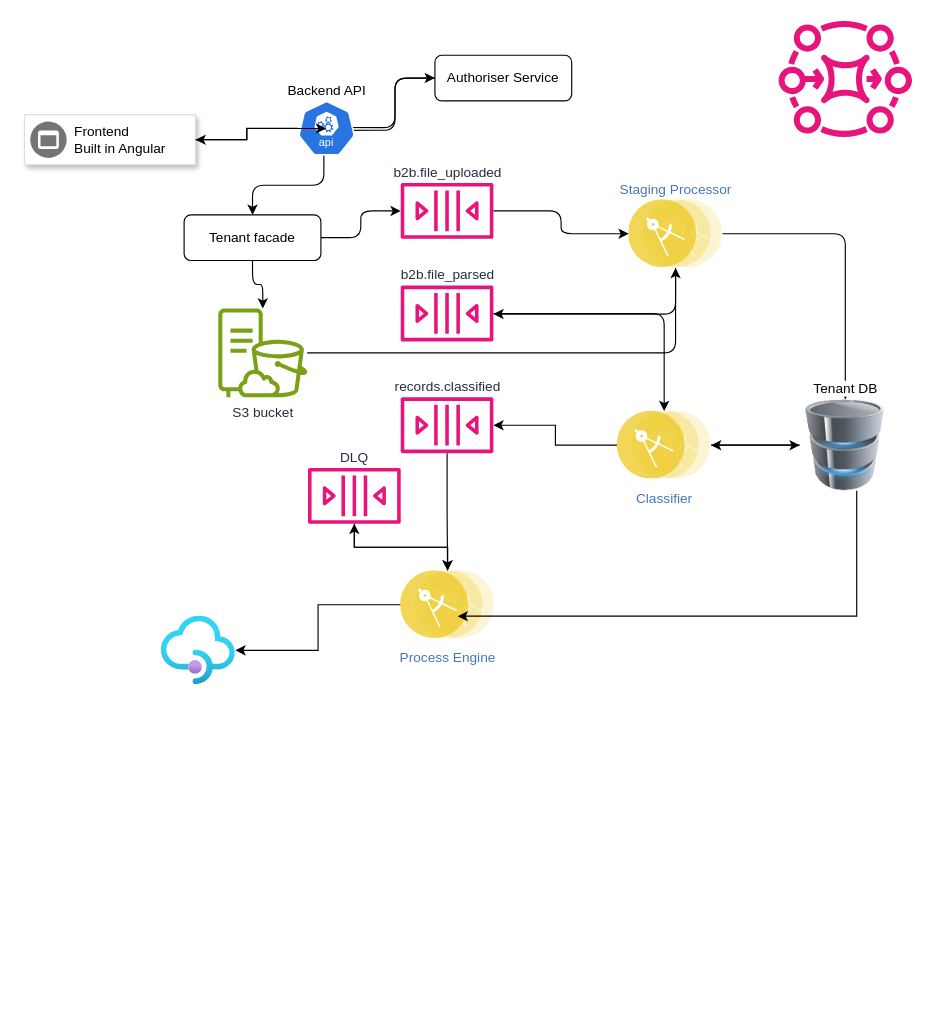
Before: new.instant.retail.drawio in mugabira/Sovtech-Frontend, a draw.io diagram. Source tidied: cells renumbered, new cells numbered last; positions are measured from the earlier drawing's top-left corner, leaving out a move shared by most shapes. Both pictures are drawn from the tidied source at 114%, with x=0, y=0 at pixel (24, 18).
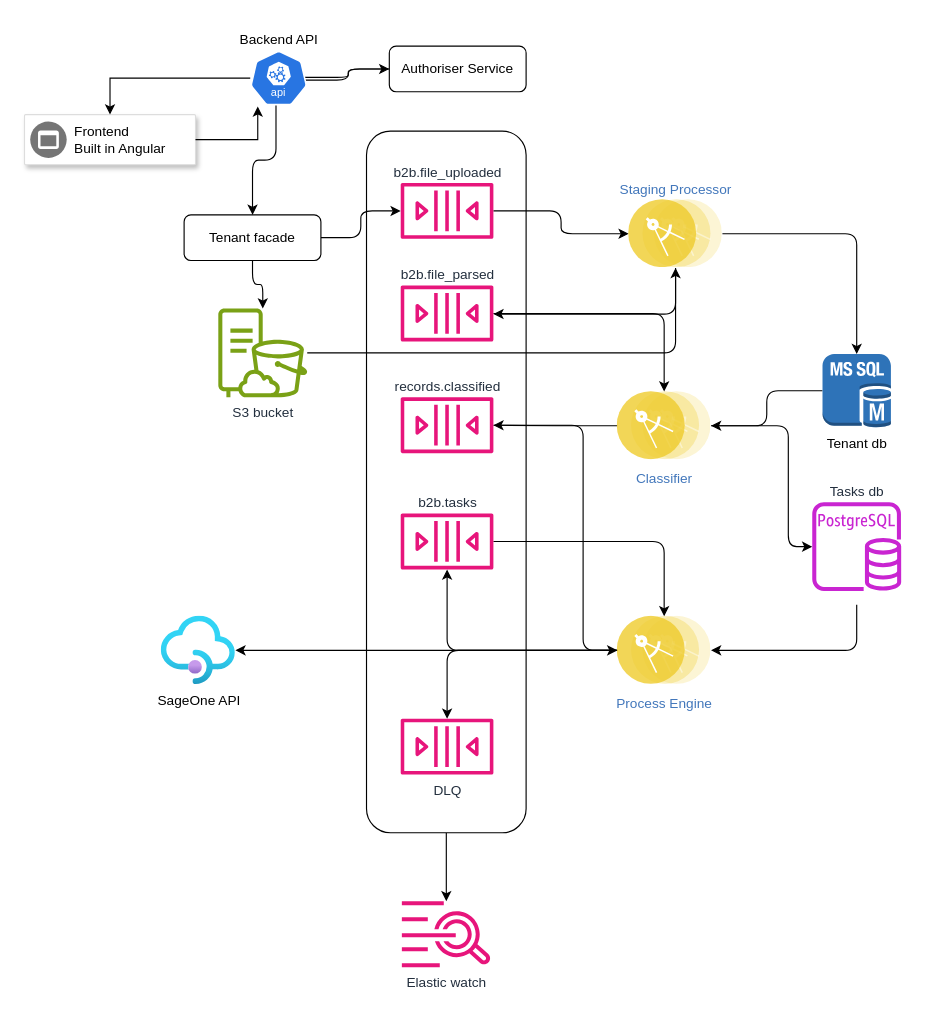
Above is the later version.

The change refers to these unchanged cells:
```xml
<mxCell id="2" style="strokeColor=#dddddd;shadow=1;strokeWidth=1;rounded=1;absoluteArcSize=1;arcSize=2;" parent="1" vertex="1">
  <mxGeometry y="84" width="150" height="44" as="geometry" />
</mxCell>
<mxCell id="17" value="Staging Processor" style="image;perimeter=ellipsePerimeter;html=1;align=center;shadow=0;dashed=0;fontColor=#4277BB;labelBackgroundColor=default;fontSize=12;spacingTop=3;image=img/lib/ibm/applications/microservice.svg;labelPosition=center;verticalLabelPosition=top;verticalAlign=bottom;" parent="1" vertex="1">
  <mxGeometry x="530" y="158.5" width="82.2" height="60" as="geometry" />
</mxCell>
<mxCell id="27" value="records.classified" style="sketch=0;outlineConnect=0;fontColor=#232F3E;gradientColor=none;fillColor=#E7157B;strokeColor=none;dashed=0;verticalLabelPosition=top;verticalAlign=bottom;align=center;html=1;fontSize=12;fontStyle=0;shape=mxgraph.aws4.queue;labelPosition=center;" parent="1" vertex="1">
  <mxGeometry x="330" y="332" width="81.3" height="49" as="geometry" />
</mxCell>
```

Change to the diagram source:
```diff
@@
+    <mxCell id="38" style="edgeStyle=orthogonalEdgeStyle;rounded=0;jettySize=auto;html=1;" parent="1" edge="1" source="39" target="45">
+      <mxGeometry relative="1" as="geometry" />
+    </mxCell>
+    <mxCell id="39" style="rounded=1;whiteSpace=wrap;html=1;labelBackgroundColor=default;textOpacity=10;" parent="1" vertex="1">
+      <mxGeometry x="300" y="98.5" width="140" height="615.5" as="geometry" />
+    </mxCell>
@@
     <mxCell id="9" value="Authoriser Service" style="rounded=1;whiteSpace=wrap;html=1;" parent="1" vertex="1">
-      <mxGeometry x="360" y="32" width="120" height="40" as="geometry" />
+      <mxGeometry x="320" y="24" width="120" height="40" as="geometry" />
     </mxCell>
@@
-    <mxCell id="12" style="sketch=0;fontColor=#232F3E;gradientColor=none;fillColor=#E7157B;strokeColor=none;dashed=0;verticalLabelPosition=bottom;verticalAlign=top;align=center;html=1;fontSize=12;fontStyle=0;shape=mxgraph.aws4.mq_broker;" parent="1" vertex="1">
-      <mxGeometry x="661.5" y="0.3" width="117" height="103.5" as="geometry" />
-    </mxCell>
@@
-    <mxCell id="15" style="edgeStyle=orthogonalEdgeStyle;rounded=1;jettySize=auto;html=1;curved=0;" parent="1" edge="1" source="17" target="22">
+    <mxCell id="15" style="edgeStyle=orthogonalEdgeStyle;rounded=1;jettySize=auto;html=1;curved=0;" parent="1" edge="1" source="17" target="41">
       <mxGeometry relative="1" as="geometry" />
     </mxCell>
@@
-    <mxCell id="18" style="edgeStyle=orthogonalEdgeStyle;rounded=1;jettySize=auto;html=1;curved=0;" parent="1" edge="1" source="20" target="22">
-      <mxGeometry relative="1" as="geometry" />
+    <mxCell id="18" style="edgeStyle=orthogonalEdgeStyle;rounded=1;jettySize=auto;html=1;curved=0;" parent="1" edge="1" source="20" target="42">
+      <mxGeometry relative="1" as="geometry">
+        <Array as="points">
+          <mxPoint x="670" y="357" />
+          <mxPoint x="670" y="463" />
+        </Array>
+      </mxGeometry>
     </mxCell>
@@
     <mxCell id="20" value="Classifier" style="image;perimeter=ellipsePerimeter;html=1;align=center;shadow=0;dashed=0;fontColor=#4277BB;labelBackgroundColor=default;fontSize=12;spacingTop=3;image=img/lib/ibm/applications/microservice.svg;" parent="1" vertex="1">
-      <mxGeometry x="520" y="344" width="82.2" height="60" as="geometry" />
+      <mxGeometry x="520" y="327" width="82.2" height="60" as="geometry" />
     </mxCell>
-    <mxCell id="21" style="edgeStyle=orthogonalEdgeStyle;rounded=1;jettySize=auto;html=1;curved=0;" parent="1" edge="1" source="22" target="20">
+    <mxCell id="21" style="edgeStyle=orthogonalEdgeStyle;rounded=1;jettySize=auto;html=1;curved=0;" parent="1" edge="1" source="41" target="20">
       <mxGeometry relative="1" as="geometry" />
     </mxCell>
-    <mxCell id="22" value="Tenant DB" style="image;html=1;image=img/lib/clip_art/computers/Database_128x128.png;labelPosition=center;verticalLabelPosition=top;align=center;verticalAlign=bottom;" parent="1" vertex="1">
-      <mxGeometry x="680" y="334" width="80" height="80" as="geometry" />
-    </mxCell>
@@
-    <mxCell id="26" style="edgeStyle=orthogonalEdgeStyle;rounded=0;jettySize=auto;html=1;" parent="1" edge="1" source="27" target="30">
-      <mxGeometry relative="1" as="geometry" />
+    <mxCell id="26" style="edgeStyle=orthogonalEdgeStyle;rounded=1;jettySize=auto;html=1;entryX=0;entryY=0.5;entryDx=0;entryDy=0;curved=0;" parent="1" edge="1" source="27" target="30">
+      <mxGeometry relative="1" as="geometry">
+        <Array as="points">
+          <mxPoint x="490" y="357" />
+          <mxPoint x="490" y="554" />
+        </Array>
+      </mxGeometry>
     </mxCell>
@@
-    <mxCell id="28" style="edgeStyle=orthogonalEdgeStyle;rounded=0;jettySize=auto;html=1;" parent="1" edge="1" source="30" target="33">
+    <mxCell id="28" style="edgeStyle=orthogonalEdgeStyle;rounded=1;jettySize=auto;html=1;curved=0;" parent="1" edge="1" source="30" target="33">
       <mxGeometry relative="1" as="geometry" />
     </mxCell>
-    <mxCell id="29" style="edgeStyle=orthogonalEdgeStyle;rounded=0;jettySize=auto;html=1;" parent="1" edge="1" source="30" target="36">
+    <mxCell id="29" style="edgeStyle=orthogonalEdgeStyle;rounded=1;jettySize=auto;html=1;curved=0;" parent="1" edge="1" source="30" target="36">
       <mxGeometry relative="1" as="geometry" />
     </mxCell>
+    <mxCell id="40" style="edgeStyle=orthogonalEdgeStyle;rounded=1;jettySize=auto;html=1;curved=0;" parent="1" edge="1" source="30" target="44">
+      <mxGeometry relative="1" as="geometry" />
+    </mxCell>
     <mxCell id="30" value="Process Engine" style="image;perimeter=ellipsePerimeter;html=1;align=center;shadow=0;dashed=0;fontColor=#4277BB;labelBackgroundColor=default;fontSize=12;spacingTop=3;image=img/lib/ibm/applications/microservice.svg;" parent="1" vertex="1">
-      <mxGeometry x="330" y="484" width="82.2" height="60" as="geometry" />
+      <mxGeometry x="520" y="524" width="82.2" height="60" as="geometry" />
     </mxCell>
-    <mxCell id="31" style="edgeStyle=orthogonalEdgeStyle;rounded=0;jettySize=auto;html=1;entryX=0.608;entryY=0.667;entryDx=0;entryDy=0;entryPerimeter=0;" parent="1" edge="1" source="22" target="30">
+    <mxCell id="31" style="edgeStyle=orthogonalEdgeStyle;rounded=1;jettySize=auto;html=1;curved=0;" parent="1" edge="1" target="30">
       <mxGeometry relative="1" as="geometry">
+        <mxPoint x="730" y="514" as="sourcePoint" />
         <Array as="points">
-          <mxPoint x="730" y="524" />
+          <mxPoint x="730" y="554" />
         </Array>
       </mxGeometry>
     </mxCell>
-    <mxCell id="32" style="edgeStyle=orthogonalEdgeStyle;rounded=0;jettySize=auto;html=1;" parent="1" edge="1" source="33" target="30">
-      <mxGeometry relative="1" as="geometry" />
-    </mxCell>
-    <mxCell id="33" value="DLQ" style="sketch=0;outlineConnect=0;fontColor=#232F3E;gradientColor=none;fillColor=#E7157B;strokeColor=none;dashed=0;verticalLabelPosition=top;verticalAlign=bottom;align=center;html=1;fontSize=12;fontStyle=0;shape=mxgraph.aws4.queue;labelPosition=center;" parent="1" vertex="1">
-      <mxGeometry x="248.7" y="394" width="81.3" height="49" as="geometry" />
+    <mxCell id="33" value="DLQ" style="sketch=0;outlineConnect=0;fontColor=#232F3E;gradientColor=none;fillColor=#E7157B;strokeColor=none;dashed=0;verticalLabelPosition=bottom;verticalAlign=top;align=center;html=1;fontSize=12;fontStyle=0;shape=mxgraph.aws4.queue;labelPosition=center;" parent="1" vertex="1">
+      <mxGeometry x="330" y="614" width="81.3" height="49" as="geometry" />
     </mxCell>
@@
     <mxCell id="35" value="Backend API" style="sketch=0;html=1;dashed=0;whitespace=wrap;verticalLabelPosition=top;verticalAlign=bottom;fillColor=#2875E2;strokeColor=#ffffff;points=[[0.005,0.63,0],[0.1,0.2,0],[0.9,0.2,0],[0.5,0,0],[0.995,0.63,0],[0.72,0.99,0],[0.5,1,0],[0.28,0.99,0]];shape=mxgraph.kubernetes.icon2;kubernetesLabel=1;prIcon=api;labelPosition=center;align=center;" parent="1" vertex="1">
-      <mxGeometry x="240" y="72" width="50" height="48" as="geometry" />
+      <mxGeometry x="198" y="28" width="50" height="48" as="geometry" />
     </mxCell>
-    <mxCell id="36" style="image;html=1;points=[];align=center;fontSize=12;image=img/lib/azure2/app_services/API_Management_Services.svg;" parent="1" vertex="1">
+    <mxCell id="36" value="SageOne API" style="image;html=1;points=[];align=center;fontSize=12;image=img/lib/azure2/app_services/API_Management_Services.svg;" parent="1" vertex="1">
       <mxGeometry x="120" y="524" width="65" height="60" as="geometry" />
     </mxCell>
-    <mxCell id="37" style="edgeStyle=orthogonalEdgeStyle;rounded=0;jettySize=auto;html=1;entryX=0.492;entryY=0.504;entryDx=0;entryDy=0;entryPerimeter=0;" parent="1" edge="1" source="2" target="35">
+    <mxCell id="37" style="edgeStyle=orthogonalEdgeStyle;rounded=0;jettySize=auto;html=1;entryX=0.132;entryY=1.017;entryDx=0;entryDy=0;entryPerimeter=0;" parent="1" edge="1" source="2" target="35">
       <mxGeometry relative="1" as="geometry" />
     </mxCell>
+    <mxCell id="41" value="Tenant db" style="outlineConnect=0;dashed=0;verticalLabelPosition=bottom;verticalAlign=top;align=center;html=1;shape=mxgraph.aws3.ms_sql_instance;fillColor=#2E73B8;gradientColor=none;" parent="1" vertex="1">
+      <mxGeometry x="700" y="294" width="60" height="64.5" as="geometry" />
+    </mxCell>
+    <mxCell id="42" value="Tasks db" style="sketch=0;outlineConnect=0;fontColor=#232F3E;gradientColor=none;fillColor=#C925D1;strokeColor=none;dashed=0;verticalLabelPosition=top;verticalAlign=bottom;align=center;html=1;fontSize=12;fontStyle=0;shape=mxgraph.aws4.rds_postgresql_instance;labelPosition=center;" parent="1" vertex="1">
+      <mxGeometry x="691" y="424" width="78" height="78" as="geometry" />
+    </mxCell>
+    <mxCell id="43" style="edgeStyle=orthogonalEdgeStyle;rounded=1;jettySize=auto;html=1;curved=0;" parent="1" edge="1" source="44" target="30">
+      <mxGeometry relative="1" as="geometry" />
+    </mxCell>
+    <mxCell id="44" value="b2b.tasks" style="sketch=0;outlineConnect=0;fontColor=#232F3E;gradientColor=none;fillColor=#E7157B;strokeColor=none;dashed=0;verticalLabelPosition=top;verticalAlign=bottom;align=center;html=1;fontSize=12;fontStyle=0;shape=mxgraph.aws4.queue;labelPosition=center;" parent="1" vertex="1">
+      <mxGeometry x="330" y="434" width="81.3" height="49" as="geometry" />
+    </mxCell>
+    <mxCell id="45" value="Elastic watch" style="sketch=0;outlineConnect=0;fontColor=#232F3E;gradientColor=none;fillColor=#E7157B;strokeColor=none;dashed=0;verticalLabelPosition=bottom;verticalAlign=top;align=center;html=1;fontSize=12;fontStyle=0;shape=mxgraph.aws4.cloudwatch_logs;" parent="1" vertex="1">
+      <mxGeometry x="331" y="774" width="78" height="58" as="geometry" />
+    </mxCell>
```
